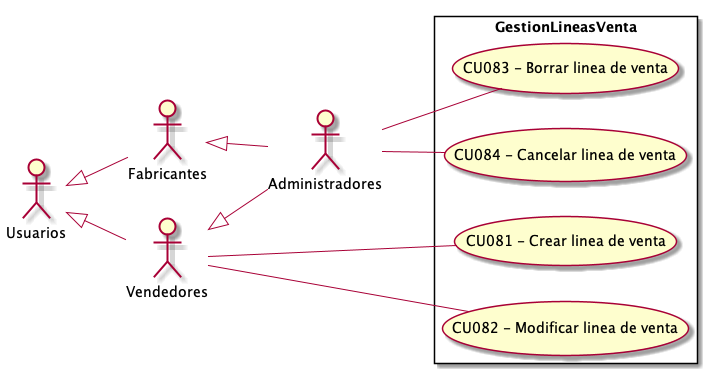
ZMGestion/DocumentacionZMGestion keeps this PlantUML diagram as Informe Final/Imagenes/ModeladoDeCasosDeUso/DiagramaDeCasosDeUso/GestionLineasVenta.png. Above is the earlier version.
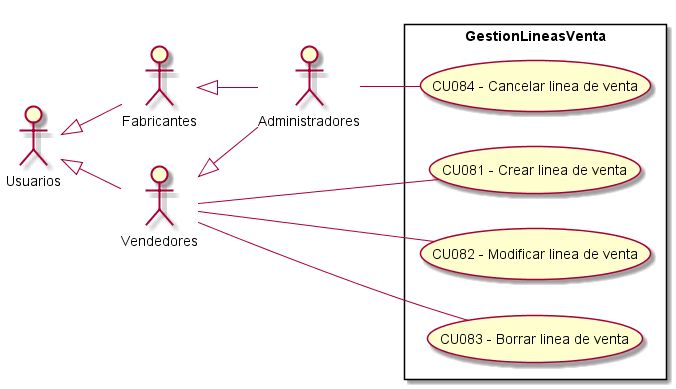
After the commit.

Change to the diagram source:
```diff
@@ -19,7 +19,7 @@
     UseCase "CU084 - Cancelar linea de venta" as Cancelar
 }
     Vendedores -- C
-    Administradores -- B
+    Vendedores -- B
     Vendedores -- M
     Administradores -- Cancelar
 
```
